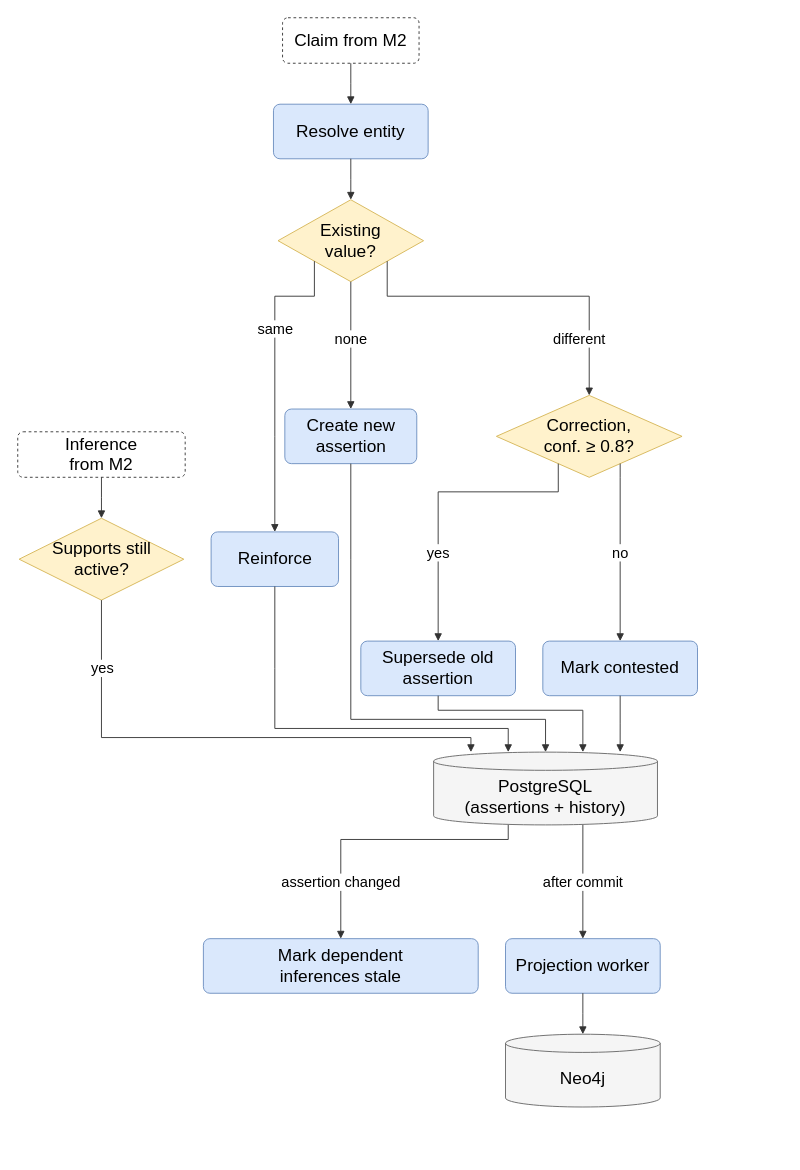
aryaniyaps/sdp-2026 keeps this draw.io diagram as report/diagrams/module-3-temporal-graph.drawio. Above is the earlier version. Source tidied: cells renumbered, new cells numbered last; positions are measured from the earlier drawing's top-left corner, leaving out a move shared by most shapes. Both pictures are drawn from the tidied source at 91%, with x=0, y=0 at pixel (17, 17).
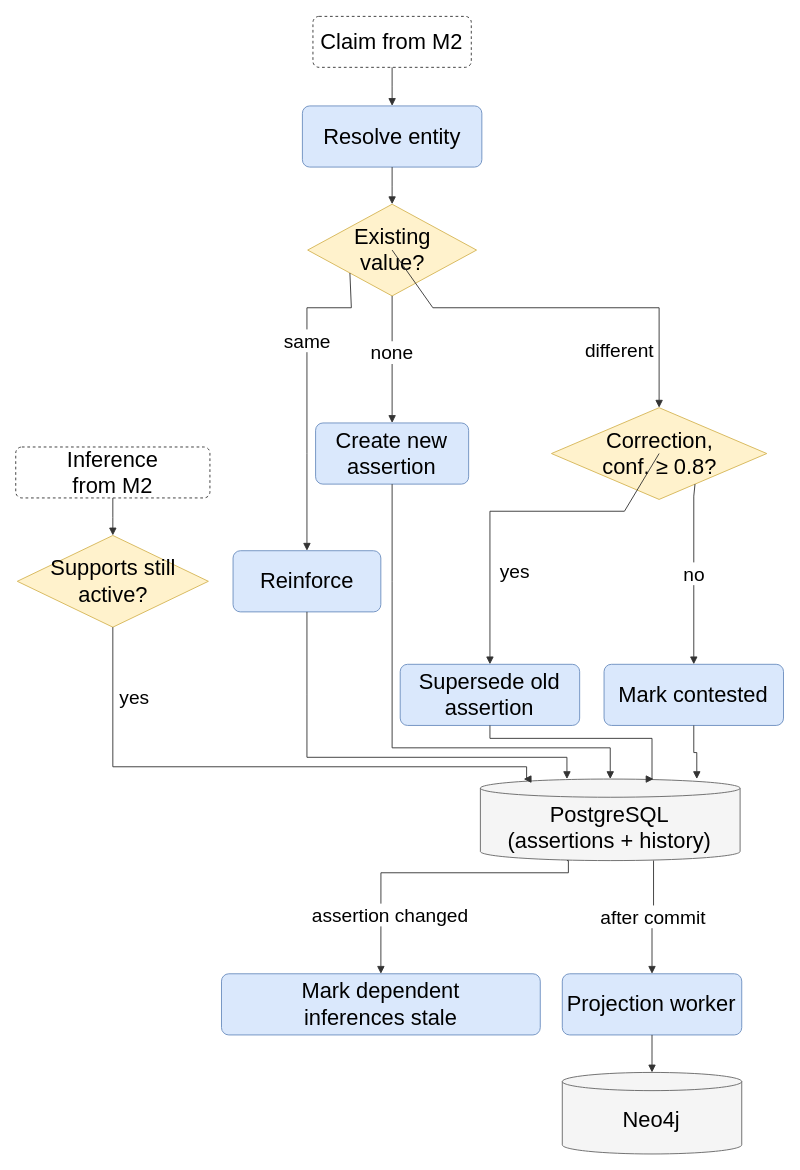
The same diagram, later.

Diff of the diagram source:
```diff
@@
-    <mxCell id="2" value="Claim from M2" style="rounded=1;arcSize=12;dashed=1;fillColor=#ffffff;strokeColor=#333333;fontSize=19;fontFamily=Helvetica;whiteSpace=wrap;html=1;" parent="1" vertex="1">
-      <mxGeometry x="291" width="150" height="50" as="geometry" />
+    <mxCell id="2" value="Claim from M2" style="rounded=1;arcSize=12;dashed=1;fillColor=#ffffff;strokeColor=#333333;fontSize=24;fontFamily=Helvetica;whiteSpace=wrap;html=1;" parent="1" vertex="1">
+      <mxGeometry x="324.4" y="-1.5" width="174" height="56" as="geometry" />
     </mxCell>
-    <mxCell id="3" value="Resolve entity" style="rounded=1;arcSize=12;fillColor=#dae8fc;strokeColor=#6c8ebf;fontSize=19;fontFamily=Helvetica;whiteSpace=wrap;html=1;" parent="1" vertex="1">
-      <mxGeometry x="281" y="95" width="170" height="60" as="geometry" />
+    <mxCell id="3" value="Resolve entity" style="rounded=1;arcSize=12;fillColor=#dae8fc;strokeColor=#6c8ebf;fontSize=24;fontFamily=Helvetica;whiteSpace=wrap;html=1;" parent="1" vertex="1">
+      <mxGeometry x="312.8" y="96.9" width="197.2" height="67.2" as="geometry" />
     </mxCell>
-    <mxCell id="4" value="Existing&lt;br&gt;value?" style="rhombus;fillColor=#fff2cc;strokeColor=#d6b656;fontSize=19;fontFamily=Helvetica;whiteSpace=wrap;html=1;" parent="1" vertex="1">
-      <mxGeometry x="286" y="200" width="160" height="90" as="geometry" />
+    <mxCell id="4" value="Existing&lt;br&gt;value?" style="rhombus;fillColor=#fff2cc;strokeColor=#d6b656;fontSize=24;fontFamily=Helvetica;whiteSpace=wrap;html=1;" parent="1" vertex="1">
+      <mxGeometry x="318.6" y="204.9" width="185.6" height="100.8" as="geometry" />
     </mxCell>
-    <mxCell id="5" value="Reinforce" style="rounded=1;arcSize=12;fillColor=#dae8fc;strokeColor=#6c8ebf;fontSize=19;fontFamily=Helvetica;whiteSpace=wrap;html=1;" parent="1" vertex="1">
-      <mxGeometry x="212.5" y="565" width="140" height="60" as="geometry" />
+    <mxCell id="5" value="Reinforce" style="rounded=1;arcSize=12;fillColor=#dae8fc;strokeColor=#6c8ebf;fontSize=24;fontFamily=Helvetica;whiteSpace=wrap;html=1;" parent="1" vertex="1">
+      <mxGeometry x="236.6" y="585.7" width="162.4" height="67.2" as="geometry" />
     </mxCell>
-    <mxCell id="6" value="Create new&lt;br&gt;assertion" style="rounded=1;arcSize=12;fillColor=#dae8fc;strokeColor=#6c8ebf;fontSize=19;fontFamily=Helvetica;whiteSpace=wrap;html=1;" parent="1" vertex="1">
-      <mxGeometry x="293.5" y="430" width="145" height="60" as="geometry" />
+    <mxCell id="6" value="Create new&lt;br&gt;assertion" style="rounded=1;arcSize=12;fillColor=#dae8fc;strokeColor=#6c8ebf;fontSize=24;fontFamily=Helvetica;whiteSpace=wrap;html=1;" parent="1" vertex="1">
+      <mxGeometry x="327.3" y="445.3" width="168.2" height="67.2" as="geometry" />
     </mxCell>
-    <mxCell id="7" value="Correction,&lt;br&gt;conf. ≥ 0.8?" style="rhombus;fillColor=#fff2cc;strokeColor=#d6b656;fontSize=19;fontFamily=Helvetica;whiteSpace=wrap;html=1;" parent="1" vertex="1">
-      <mxGeometry x="526" y="415" width="204" height="90" as="geometry" />
+    <mxCell id="7" value="Correction,&lt;br&gt;conf. ≥ 0.8?" style="rhombus;fillColor=#fff2cc;strokeColor=#d6b656;fontSize=24;fontFamily=Helvetica;whiteSpace=wrap;html=1;" parent="1" vertex="1">
+      <mxGeometry x="586.5" y="428.5" width="236.6" height="100.8" as="geometry" />
     </mxCell>
-    <mxCell id="8" value="Supersede old&lt;br&gt;assertion" style="rounded=1;arcSize=12;fillColor=#dae8fc;strokeColor=#6c8ebf;fontSize=19;fontFamily=Helvetica;whiteSpace=wrap;html=1;" parent="1" vertex="1">
-      <mxGeometry x="377" y="685" width="170" height="60" as="geometry" />
+    <mxCell id="8" value="Supersede old&lt;br&gt;assertion" style="rounded=1;arcSize=12;fillColor=#dae8fc;strokeColor=#6c8ebf;fontSize=24;fontFamily=Helvetica;whiteSpace=wrap;html=1;" parent="1" vertex="1">
+      <mxGeometry x="420.3" y="710.5" width="197.2" height="67.2" as="geometry" />
     </mxCell>
-    <mxCell id="9" value="Mark contested" style="rounded=1;arcSize=12;fillColor=#dae8fc;strokeColor=#6c8ebf;fontSize=19;fontFamily=Helvetica;whiteSpace=wrap;html=1;" parent="1" vertex="1">
-      <mxGeometry x="577" y="685" width="170" height="60" as="geometry" />
+    <mxCell id="9" value="Mark contested" style="rounded=1;arcSize=12;fillColor=#dae8fc;strokeColor=#6c8ebf;fontSize=24;fontFamily=Helvetica;whiteSpace=wrap;html=1;" parent="1" vertex="1">
+      <mxGeometry x="644.3" y="710.5" width="197.2" height="67.2" as="geometry" />
     </mxCell>
-    <mxCell id="10" value="Inference&lt;br&gt;from M2" style="rounded=1;arcSize=12;dashed=1;fillColor=#ffffff;strokeColor=#333333;fontSize=19;fontFamily=Helvetica;whiteSpace=wrap;html=1;" parent="1" vertex="1">
-      <mxGeometry y="455" width="184" height="50" as="geometry" />
+    <mxCell id="10" value="Inference&lt;br&gt;from M2" style="rounded=1;arcSize=12;dashed=1;fillColor=#ffffff;strokeColor=#333333;fontSize=24;fontFamily=Helvetica;whiteSpace=wrap;html=1;" parent="1" vertex="1">
+      <mxGeometry x="-2.2" y="471.7" width="213.4" height="56" as="geometry" />
     </mxCell>
-    <mxCell id="11" value="Supports still&lt;br&gt;active?" style="rhombus;fillColor=#fff2cc;strokeColor=#d6b656;fontSize=19;fontFamily=Helvetica;whiteSpace=wrap;html=1;" parent="1" vertex="1">
-      <mxGeometry x="1.5" y="550" width="181" height="90" as="geometry" />
+    <mxCell id="11" value="Supports still&lt;br&gt;active?" style="rhombus;fillColor=#fff2cc;strokeColor=#d6b656;fontSize=24;fontFamily=Helvetica;whiteSpace=wrap;html=1;" parent="1" vertex="1">
+      <mxGeometry x="-0.5" y="568.9" width="210" height="100.8" as="geometry" />
     </mxCell>
-    <mxCell id="12" value="PostgreSQL&lt;br&gt;(assertions + history)" style="shape=cylinder3;boundedLbl=1;backgroundOutline=1;size=10;fillColor=#f5f5f5;strokeColor=#666666;fontSize=19;fontFamily=Helvetica;whiteSpace=wrap;html=1;" parent="1" vertex="1">
-      <mxGeometry x="457" y="807" width="246" height="80" as="geometry" />
+    <mxCell id="12" value="PostgreSQL&lt;br&gt;(assertions + history)" style="shape=cylinder3;boundedLbl=1;backgroundOutline=1;size=10;fillColor=#f5f5f5;strokeColor=#666666;fontSize=24;fontFamily=Helvetica;whiteSpace=wrap;html=1;" parent="1" vertex="1">
+      <mxGeometry x="508.4" y="836.6" width="285.4" height="89.6" as="geometry" />
     </mxCell>
-    <mxCell id="13" value="Mark dependent&lt;br&gt;inferences stale" style="rounded=1;arcSize=12;fillColor=#dae8fc;strokeColor=#6c8ebf;fontSize=19;fontFamily=Helvetica;whiteSpace=wrap;html=1;" parent="1" vertex="1">
-      <mxGeometry x="204" y="1012" width="302" height="60" as="geometry" />
+    <mxCell id="13" value="Mark dependent&lt;br&gt;inferences stale" style="rounded=1;arcSize=12;fillColor=#dae8fc;strokeColor=#6c8ebf;fontSize=24;fontFamily=Helvetica;whiteSpace=wrap;html=1;" parent="1" vertex="1">
+      <mxGeometry x="223.9" y="1050.6" width="350.3" height="67.2" as="geometry" />
     </mxCell>
-    <mxCell id="14" value="Projection worker" style="rounded=1;arcSize=12;fillColor=#dae8fc;strokeColor=#6c8ebf;fontSize=19;fontFamily=Helvetica;whiteSpace=wrap;html=1;" parent="1" vertex="1">
-      <mxGeometry x="536" y="1012" width="170" height="60" as="geometry" />
+    <mxCell id="14" value="Projection worker" style="rounded=1;arcSize=12;fillColor=#dae8fc;strokeColor=#6c8ebf;fontSize=24;fontFamily=Helvetica;whiteSpace=wrap;html=1;" parent="1" vertex="1">
+      <mxGeometry x="598.4" y="1050.6" width="197.2" height="67.2" as="geometry" />
     </mxCell>
-    <mxCell id="15" value="Neo4j" style="shape=cylinder3;boundedLbl=1;backgroundOutline=1;size=10;fillColor=#f5f5f5;strokeColor=#666666;fontSize=19;fontFamily=Helvetica;whiteSpace=wrap;html=1;" parent="1" vertex="1">
-      <mxGeometry x="536" y="1117" width="170" height="80" as="geometry" />
+    <mxCell id="15" value="Neo4j" style="shape=cylinder3;boundedLbl=1;backgroundOutline=1;size=10;fillColor=#f5f5f5;strokeColor=#666666;fontSize=24;fontFamily=Helvetica;whiteSpace=wrap;html=1;" parent="1" vertex="1">
+      <mxGeometry x="598.4" y="1159" width="197.2" height="89.6" as="geometry" />
     </mxCell>
-    <mxCell id="16" style="rounded=0;html=1;endArrow=block;endFill=1;strokeColor=#333333;fontSize=16;labelBackgroundColor=#ffffff;exitX=0.5;exitY=1;entryX=0.5;entryY=0;edgeStyle=orthogonalEdgeStyle;" parent="1" edge="1" source="2" target="3">
+    <mxCell id="16" style="rounded=0;html=1;endArrow=block;endFill=1;strokeColor=#333333;fontSize=21;labelBackgroundColor=#ffffff;exitX=0.5;exitY=1;entryX=0.5;entryY=0;edgeStyle=orthogonalEdgeStyle;" parent="1" edge="1" source="2" target="3">
       <mxGeometry relative="1" as="geometry">
         <Array as="points">
-          <mxPoint x="366" y="72.5" />
+          <mxPoint x="411.4" y="75.9" />
         </Array>
       </mxGeometry>
     </mxCell>
-    <mxCell id="17" style="rounded=0;html=1;endArrow=block;endFill=1;strokeColor=#333333;fontSize=16;labelBackgroundColor=#ffffff;exitX=0.5;exitY=1;entryX=0.5;entryY=0;edgeStyle=orthogonalEdgeStyle;" parent="1" edge="1" source="3" target="4">
+    <mxCell id="17" style="rounded=0;html=1;endArrow=block;endFill=1;strokeColor=#333333;fontSize=21;labelBackgroundColor=#ffffff;exitX=0.5;exitY=1;entryX=0.5;entryY=0;edgeStyle=orthogonalEdgeStyle;" parent="1" edge="1" source="3" target="4">
       <mxGeometry relative="1" as="geometry">
         <Array as="points">
-          <mxPoint x="366" y="177.5" />
+          <mxPoint x="411.4" y="185.1" />
         </Array>
       </mxGeometry>
     </mxCell>
-    <mxCell id="18" value="same" style="rounded=0;html=1;endArrow=block;endFill=1;strokeColor=#333333;fontSize=16;labelBackgroundColor=#ffffff;noEdgeStyle=1;orthogonal=1;exitX=0.25;exitY=0.75;entryX=0.5;entryY=0;" parent="1" edge="1" source="4" target="5">
+    <mxCell id="18" value="same" style="rounded=0;html=1;endArrow=block;endFill=1;strokeColor=#333333;fontSize=21;labelBackgroundColor=#ffffff;noEdgeStyle=1;orthogonal=1;exitX=0.25;exitY=0.75;entryX=0.5;entryY=0;" parent="1" edge="1" source="4" target="5">
       <mxGeometry relative="1" as="geometry">
         <Array as="points">
-          <mxPoint x="326" y="306" />
-          <mxPoint x="282.5" y="306" />
-          <mxPoint x="282.5" y="460" />
+          <mxPoint x="366.6" y="318.7" />
+          <mxPoint x="317.8" y="318.7" />
+          <mxPoint x="317.8" y="478.9" />
         </Array>
         <mxPoint y="-53.2" as="offset" />
       </mxGeometry>
     </mxCell>
-    <mxCell id="19" value="none" style="rounded=0;html=1;endArrow=block;endFill=1;strokeColor=#333333;fontSize=16;labelBackgroundColor=#ffffff;exitX=0.5;exitY=1;entryX=0.5;entryY=0;edgeStyle=orthogonalEdgeStyle;" parent="1" edge="1" source="4" target="6">
+    <mxCell id="19" value="none" style="rounded=0;html=1;endArrow=block;endFill=1;strokeColor=#333333;fontSize=21;labelBackgroundColor=#ffffff;exitX=0.5;exitY=1;entryX=0.5;entryY=0;edgeStyle=orthogonalEdgeStyle;" parent="1" edge="1" source="4" target="6">
       <mxGeometry relative="1" as="geometry">
         <Array as="points">
-          <mxPoint x="366" y="360" />
+          <mxPoint x="411.4" y="374.9" />
         </Array>
         <mxPoint y="-7.5" as="offset" />
       </mxGeometry>
     </mxCell>
-    <mxCell id="20" value="different" style="rounded=0;html=1;endArrow=block;endFill=1;strokeColor=#333333;fontSize=16;labelBackgroundColor=#ffffff;noEdgeStyle=1;orthogonal=1;exitX=0.75;exitY=0.75;entryX=0.5;entryY=0;" parent="1" edge="1" source="4" target="7">
+    <mxCell id="20" value="different" style="rounded=0;html=1;endArrow=block;endFill=1;strokeColor=#333333;fontSize=21;labelBackgroundColor=#ffffff;noEdgeStyle=1;orthogonal=1;exitX=0.75;exitY=0.75;entryX=0.5;entryY=0;" parent="1" edge="1" source="4" target="7">
       <mxGeometry relative="1" as="geometry">
         <Array as="points">
-          <mxPoint x="406" y="306" />
-          <mxPoint x="628" y="306" />
+          <mxPoint x="456.2" y="318.7" />
+          <mxPoint x="704.8" y="318.7" />
         </Array>
         <mxPoint x="64.5" y="46.5" as="offset" />
       </mxGeometry>
     </mxCell>
-    <mxCell id="21" value="yes" style="rounded=0;html=1;endArrow=block;endFill=1;strokeColor=#333333;fontSize=16;labelBackgroundColor=#ffffff;noEdgeStyle=1;orthogonal=1;exitX=0.3333;exitY=0.8333;entryX=0.5;entryY=0;" parent="1" edge="1" source="7" target="8">
+    <mxCell id="21" value="yes" style="rounded=0;html=1;endArrow=block;endFill=1;strokeColor=#333333;fontSize=21;labelBackgroundColor=#ffffff;noEdgeStyle=1;orthogonal=1;exitX=0.3333;exitY=0.8333;entryX=0.5;entryY=0;" parent="1" edge="1" source="7" target="8">
       <mxGeometry relative="1" as="geometry">
         <Array as="points">
-          <mxPoint x="594" y="521" />
-          <mxPoint x="462" y="521" />
+          <mxPoint x="666.7" y="542.3" />
+          <mxPoint x="518.9" y="542.3" />
         </Array>
         <mxPoint y="66" as="offset" />
       </mxGeometry>
     </mxCell>
-    <mxCell id="22" value="no" style="rounded=0;html=1;endArrow=block;endFill=1;strokeColor=#333333;fontSize=16;labelBackgroundColor=#ffffff;noEdgeStyle=1;orthogonal=1;exitX=0.6667;exitY=0.8333;entryX=0.5;entryY=0;" parent="1" edge="1" source="7" target="9">
+    <mxCell id="22" value="no" style="rounded=0;html=1;endArrow=block;endFill=1;strokeColor=#333333;fontSize=21;labelBackgroundColor=#ffffff;noEdgeStyle=1;orthogonal=1;exitX=0.6667;exitY=0.8333;entryX=0.5;entryY=0;" parent="1" edge="1" source="7" target="9">
       <mxGeometry relative="1" as="geometry">
         <Array as="points">
-          <mxPoint x="662" y="505" />
+          <mxPoint x="742.9" y="525.7" />
         </Array>
       </mxGeometry>
     </mxCell>
-    <mxCell id="23" style="rounded=0;html=1;endArrow=block;endFill=1;strokeColor=#333333;fontSize=16;labelBackgroundColor=#ffffff;exitX=0.5;exitY=1;entryX=0.3333;entryY=0;edgeStyle=orthogonalEdgeStyle;" parent="1" edge="1" source="5" target="12">
+    <mxCell id="23" style="rounded=0;html=1;endArrow=block;endFill=1;strokeColor=#333333;fontSize=21;labelBackgroundColor=#ffffff;exitX=0.5;exitY=1;entryX=0.3333;entryY=0;edgeStyle=orthogonalEdgeStyle;" parent="1" edge="1" source="5" target="12">
       <mxGeometry relative="1" as="geometry">
         <Array as="points">
-          <mxPoint x="282.5" y="715" />
-          <mxPoint x="282.5" y="781" />
-          <mxPoint x="539" y="781" />
+          <mxPoint x="317.8" y="744.1" />
+          <mxPoint x="317.8" y="812.7" />
+          <mxPoint x="605.1" y="812.7" />
         </Array>
       </mxGeometry>
     </mxCell>
-    <mxCell id="24" style="rounded=0;html=1;endArrow=block;endFill=1;strokeColor=#333333;fontSize=16;labelBackgroundColor=#ffffff;exitX=0.5;exitY=1;entryX=0.5;entryY=0;edgeStyle=orthogonalEdgeStyle;" parent="1" edge="1" source="6" target="12">
+    <mxCell id="24" style="rounded=0;html=1;endArrow=block;endFill=1;strokeColor=#333333;fontSize=21;labelBackgroundColor=#ffffff;exitX=0.5;exitY=1;entryX=0.5;entryY=0;edgeStyle=orthogonalEdgeStyle;" parent="1" edge="1" source="6" target="12">
       <mxGeometry relative="1" as="geometry">
         <Array as="points">
-          <mxPoint x="366" y="595" />
-          <mxPoint x="366" y="771" />
-          <mxPoint x="580" y="771" />
+          <mxPoint x="411.4" y="619.3" />
+          <mxPoint x="411.4" y="802.3" />
+          <mxPoint x="651" y="802.3" />
         </Array>
       </mxGeometry>
     </mxCell>
-    <mxCell id="25" style="rounded=0;html=1;endArrow=block;endFill=1;strokeColor=#333333;fontSize=16;labelBackgroundColor=#ffffff;exitX=0.5;exitY=1;entryX=0.6667;entryY=0;edgeStyle=orthogonalEdgeStyle;" parent="1" edge="1" source="8" target="12">
+    <mxCell id="25" style="rounded=0;html=1;endArrow=block;endFill=1;strokeColor=#333333;fontSize=21;labelBackgroundColor=#ffffff;exitX=0.5;exitY=1;entryX=0.6667;entryY=0;edgeStyle=orthogonalEdgeStyle;" parent="1" edge="1" source="8" target="12">
       <mxGeometry relative="1" as="geometry">
         <Array as="points">
-          <mxPoint x="462" y="761" />
-          <mxPoint x="621" y="761" />
+          <mxPoint x="518.9" y="791.9" />
+          <mxPoint x="697" y="791.9" />
         </Array>
       </mxGeometry>
     </mxCell>
-    <mxCell id="26" style="rounded=0;html=1;endArrow=block;endFill=1;strokeColor=#333333;fontSize=16;labelBackgroundColor=#ffffff;exitX=0.5;exitY=1;entryX=0.8333;entryY=0;edgeStyle=orthogonalEdgeStyle;" parent="1" edge="1" source="9" target="12">
+    <mxCell id="26" style="rounded=0;html=1;endArrow=block;endFill=1;strokeColor=#333333;fontSize=21;labelBackgroundColor=#ffffff;exitX=0.5;exitY=1;entryX=0.8333;entryY=0;edgeStyle=orthogonalEdgeStyle;" parent="1" edge="1" source="9" target="12">
       <mxGeometry relative="1" as="geometry">
         <Array as="points">
-          <mxPoint x="662" y="776" />
+          <mxPoint x="742.9" y="807.5" />
         </Array>
       </mxGeometry>
     </mxCell>
-    <mxCell id="27" style="rounded=0;html=1;endArrow=block;endFill=1;strokeColor=#333333;fontSize=16;labelBackgroundColor=#ffffff;exitX=0.5;exitY=1;entryX=0.5;entryY=0;edgeStyle=orthogonalEdgeStyle;" parent="1" edge="1" source="10" target="11">
+    <mxCell id="27" style="rounded=0;html=1;endArrow=block;endFill=1;strokeColor=#333333;fontSize=21;labelBackgroundColor=#ffffff;exitX=0.5;exitY=1;entryX=0.5;entryY=0;edgeStyle=orthogonalEdgeStyle;" parent="1" edge="1" source="10" target="11">
       <mxGeometry relative="1" as="geometry">
         <Array as="points">
-          <mxPoint x="92" y="527.5" />
+          <mxPoint x="104.5" y="549.1" />
         </Array>
       </mxGeometry>
     </mxCell>
-    <mxCell id="28" value="yes" style="rounded=0;html=1;endArrow=block;endFill=1;strokeColor=#333333;fontSize=16;labelBackgroundColor=#ffffff;exitX=0.5;exitY=1;entryX=0.1667;entryY=0;edgeStyle=orthogonalEdgeStyle;" parent="1" edge="1" source="11" target="12">
+    <mxCell id="28" value="yes" style="rounded=0;html=1;endArrow=block;endFill=1;strokeColor=#333333;fontSize=21;labelBackgroundColor=#ffffff;exitX=0.5;exitY=1;entryX=0.1667;entryY=0;edgeStyle=orthogonalEdgeStyle;" parent="1" edge="1" source="11" target="12">
       <mxGeometry relative="1" as="geometry">
         <Array as="points">
-          <mxPoint x="92" y="791" />
-          <mxPoint x="498" y="791" />
+          <mxPoint x="104.5" y="823.1" />
+          <mxPoint x="559.2" y="823.1" />
         </Array>
         <mxPoint x="-135.5" y="-76" as="offset" />
       </mxGeometry>
     </mxCell>
-    <mxCell id="29" value="assertion changed" style="rounded=0;html=1;endArrow=block;endFill=1;strokeColor=#333333;fontSize=16;labelBackgroundColor=#ffffff;exitX=0.3333;exitY=1;entryX=0.5;entryY=0;edgeStyle=orthogonalEdgeStyle;" parent="1" edge="1" source="12" target="13">
+    <mxCell id="29" value="assertion changed" style="rounded=0;html=1;endArrow=block;endFill=1;strokeColor=#333333;fontSize=21;labelBackgroundColor=#ffffff;exitX=0.3333;exitY=1;entryX=0.5;entryY=0;edgeStyle=orthogonalEdgeStyle;" parent="1" edge="1" source="12" target="13">
       <mxGeometry relative="1" as="geometry">
         <Array as="points">
-          <mxPoint x="539" y="903" />
-          <mxPoint x="355" y="903" />
+          <mxPoint x="605.1" y="939.6" />
+          <mxPoint x="399" y="939.6" />
         </Array>
         <mxPoint x="-45.5" y="46.5" as="offset" />
       </mxGeometry>
     </mxCell>
-    <mxCell id="30" value="after commit" style="rounded=0;html=1;endArrow=block;endFill=1;strokeColor=#333333;fontSize=16;labelBackgroundColor=#ffffff;exitX=0.6667;exitY=1;entryX=0.5;entryY=0;edgeStyle=orthogonalEdgeStyle;" parent="1" edge="1" source="12" target="14">
+    <mxCell id="30" value="after commit" style="rounded=0;html=1;endArrow=block;endFill=1;strokeColor=#333333;fontSize=21;labelBackgroundColor=#ffffff;exitX=0.6667;exitY=1;entryX=0.5;entryY=0;edgeStyle=orthogonalEdgeStyle;" parent="1" edge="1" source="12" target="14">
       <mxGeometry relative="1" as="geometry">
         <Array as="points">
-          <mxPoint x="621" y="949.5" />
+          <mxPoint x="697" y="988" />
         </Array>
       </mxGeometry>
     </mxCell>
-    <mxCell id="31" style="rounded=0;html=1;endArrow=block;endFill=1;strokeColor=#333333;fontSize=16;labelBackgroundColor=#ffffff;exitX=0.5;exitY=1;entryX=0.5;entryY=0;edgeStyle=orthogonalEdgeStyle;" parent="1" edge="1" source="14" target="15">
+    <mxCell id="31" style="rounded=0;html=1;endArrow=block;endFill=1;strokeColor=#333333;fontSize=21;labelBackgroundColor=#ffffff;exitX=0.5;exitY=1;entryX=0.5;entryY=0;edgeStyle=orthogonalEdgeStyle;" parent="1" edge="1" source="14" target="15">
       <mxGeometry relative="1" as="geometry">
         <Array as="points">
-          <mxPoint x="621" y="1094.5" />
+          <mxPoint x="697" y="1138.8" />
         </Array>
       </mxGeometry>
     </mxCell>
```
